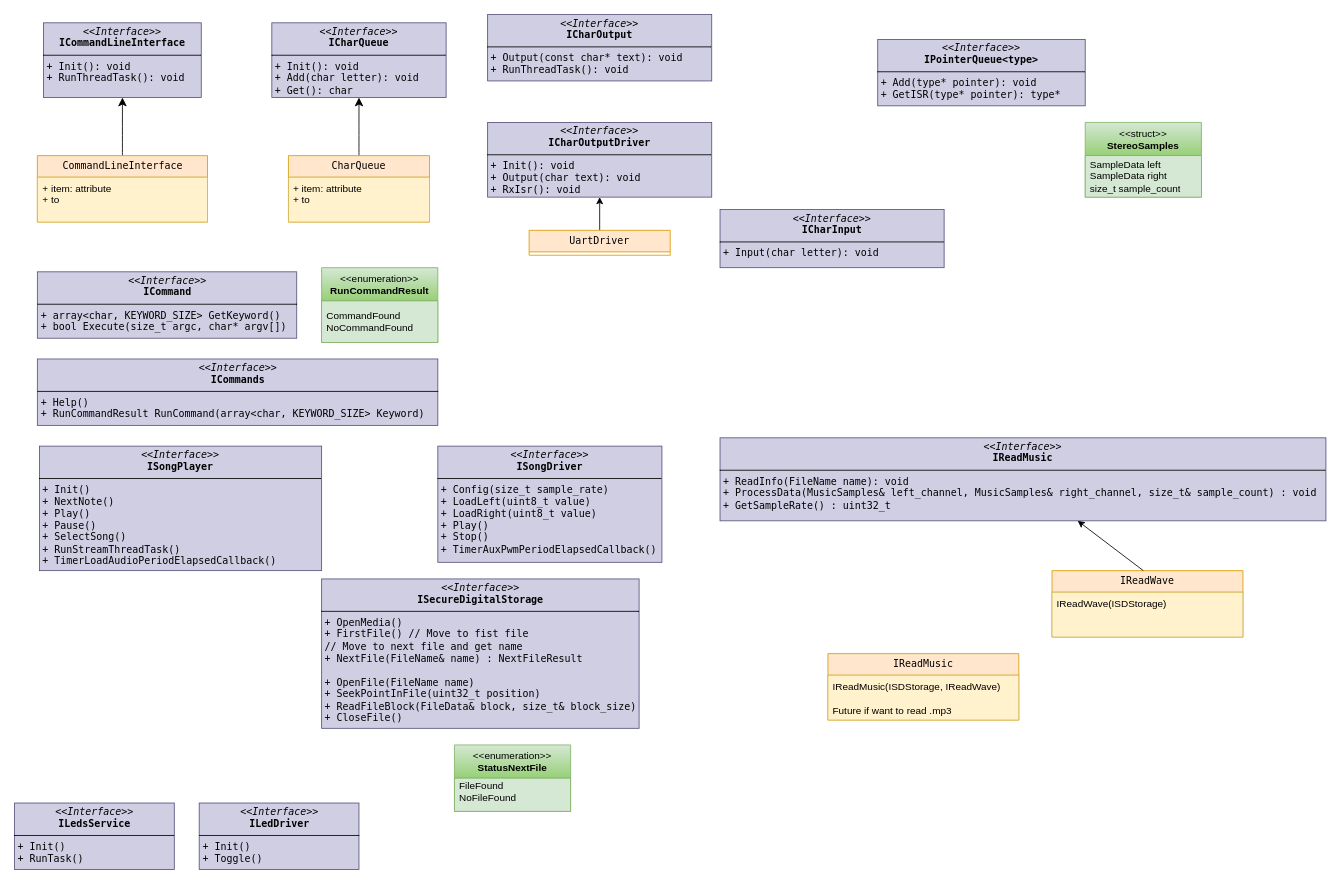
This is docs/Music_Player.drawio from Hitthesurf/music_player, a draw.io file, before an edit. Source tidied: cells renumbered, new cells numbered last; positions are measured from the earlier drawing's top-left corner, leaving out a move shared by most shapes. Both pictures are drawn from the tidied source at 83%, with x=0, y=0 at pixel (14, 14).
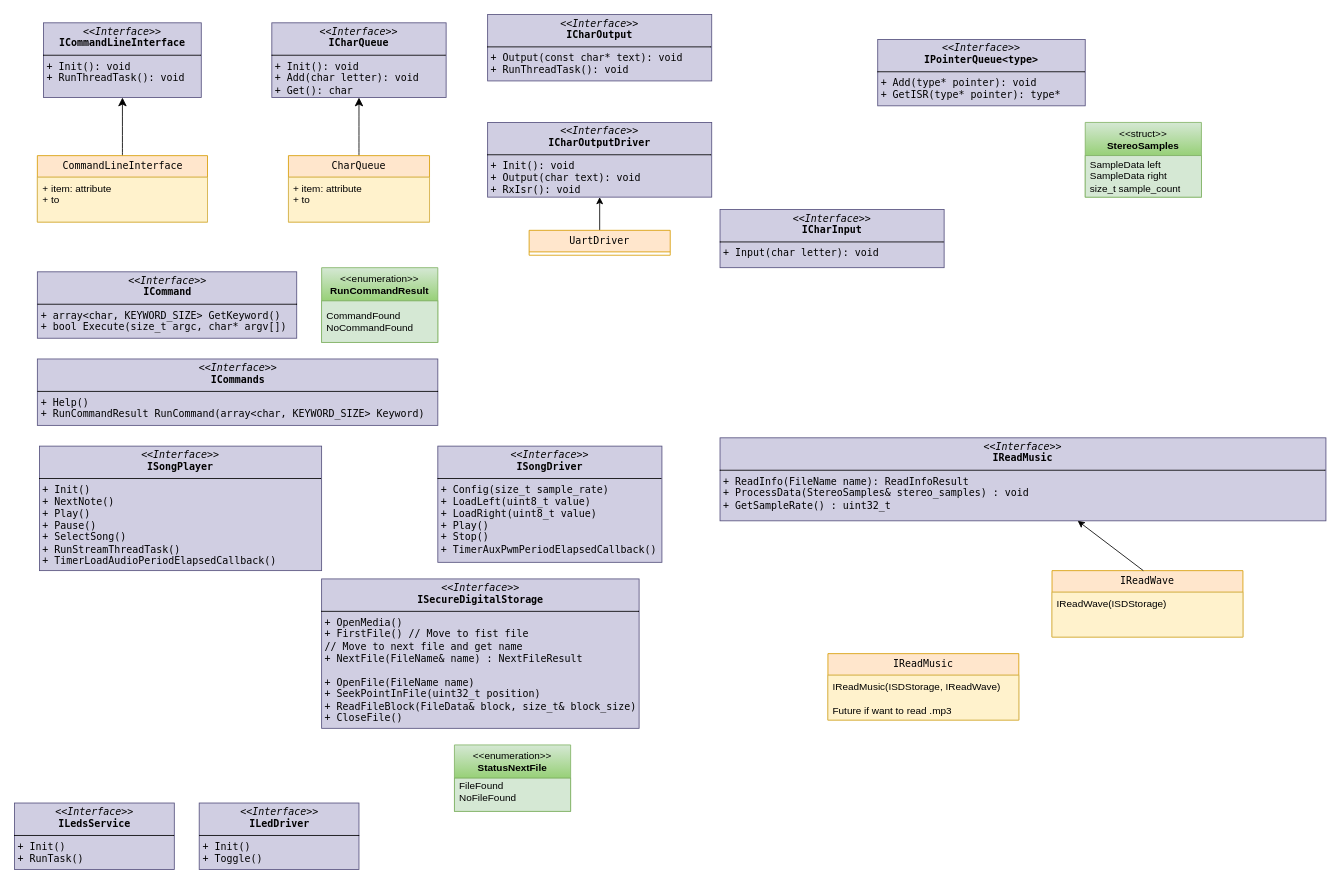
After the change.

What changed in the source:
```diff
@@
-    <mxCell id="26" value="&lt;p style=&quot;margin:0px;margin-top:4px;text-align:center;&quot;&gt;&lt;i&gt;&amp;lt;&amp;lt;Interface&amp;gt;&amp;gt;&lt;/i&gt;&lt;br&gt;&lt;b style=&quot;&quot;&gt;&lt;font&gt;IReadMusic&lt;/font&gt;&lt;/b&gt;&lt;/p&gt;&lt;hr style=&quot;border-style:solid;&quot; size=&quot;1&quot;&gt;&lt;p style=&quot;margin:0px;margin-left:4px;&quot;&gt;&lt;font&gt;+ ReadInfo(FileName name): void&lt;/font&gt;&lt;/p&gt;&lt;p style=&quot;margin:0px;margin-left:4px;&quot;&gt;&lt;font&gt;+ ProcessData(MusicSamples&amp;amp; left_channel, MusicSamples&amp;amp; right_channel, size_t&amp;amp; sample_count) : void&lt;/font&gt;&lt;/p&gt;&lt;p style=&quot;margin:0px;margin-left:4px;&quot;&gt;&lt;font&gt;+ GetSampleRate() : uint32_t&lt;/font&gt;&lt;/p&gt;" style="verticalAlign=top;align=left;overflow=fill;html=1;whiteSpace=wrap;fillColor=#d0cee2;strokeColor=#56517e;fontFamily=Lucida Console;" parent="1" vertex="1">
+    <mxCell id="26" value="&lt;p style=&quot;margin:0px;margin-top:4px;text-align:center;&quot;&gt;&lt;i&gt;&amp;lt;&amp;lt;Interface&amp;gt;&amp;gt;&lt;/i&gt;&lt;br&gt;&lt;b style=&quot;&quot;&gt;&lt;font&gt;IReadMusic&lt;/font&gt;&lt;/b&gt;&lt;/p&gt;&lt;hr style=&quot;border-style:solid;&quot; size=&quot;1&quot;&gt;&lt;p style=&quot;margin:0px;margin-left:4px;&quot;&gt;&lt;font&gt;+ ReadInfo(FileName name): ReadInfoResult&lt;/font&gt;&lt;/p&gt;&lt;p style=&quot;margin:0px;margin-left:4px;&quot;&gt;&lt;font&gt;+ ProcessData(StereoSamples&amp;amp; stereo_samples) : void&lt;/font&gt;&lt;/p&gt;&lt;p style=&quot;margin:0px;margin-left:4px;&quot;&gt;&lt;font&gt;+ GetSampleRate() : uint32_t&lt;/font&gt;&lt;/p&gt;" style="verticalAlign=top;align=left;overflow=fill;html=1;whiteSpace=wrap;fillColor=#d0cee2;strokeColor=#56517e;fontFamily=Lucida Console;" parent="1" vertex="1">
       <mxGeometry x="850" y="510" width="730" height="100" as="geometry" />
     </mxCell>
```
